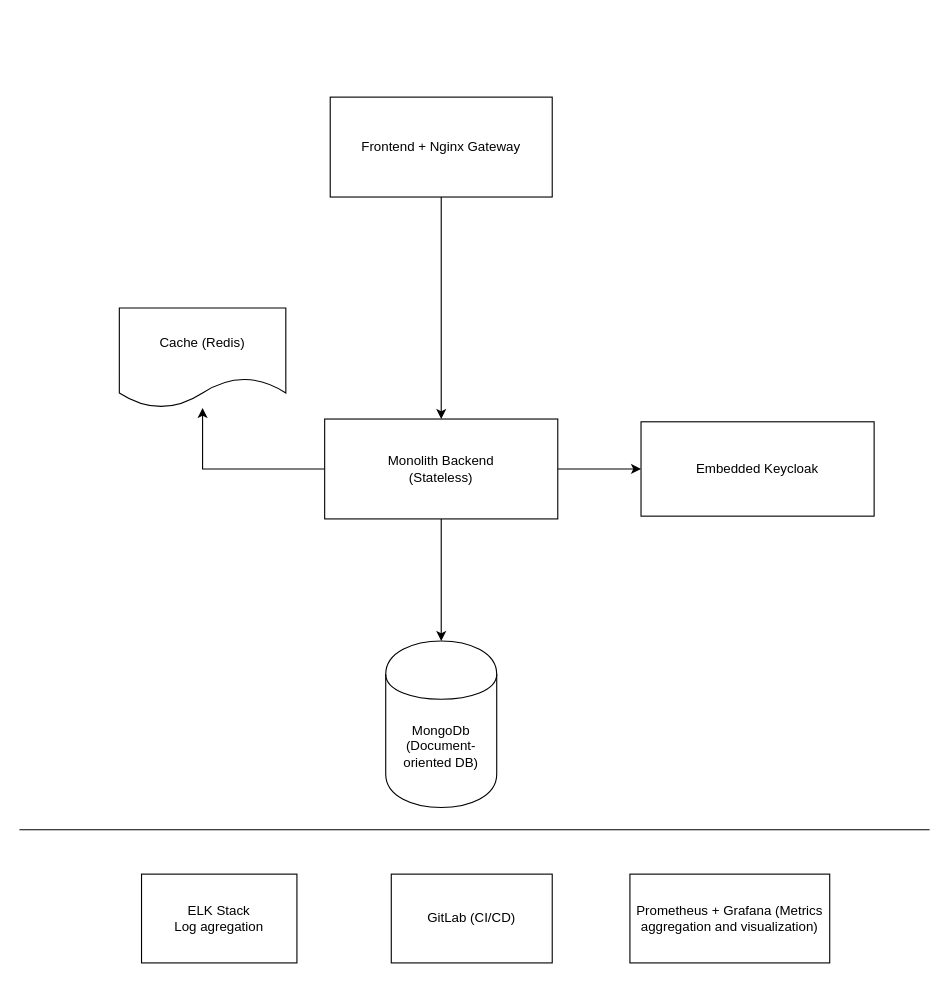
Before: Simple_version.drawio in antFerdy/cqrs_doc, a draw.io diagram. Source tidied: cells renumbered, new cells numbered last; positions are measured from the earlier drawing's top-left corner, leaving out a move shared by most shapes. Both pictures are drawn from the tidied source at 111%, with x=0, y=0 at pixel (19, 97).
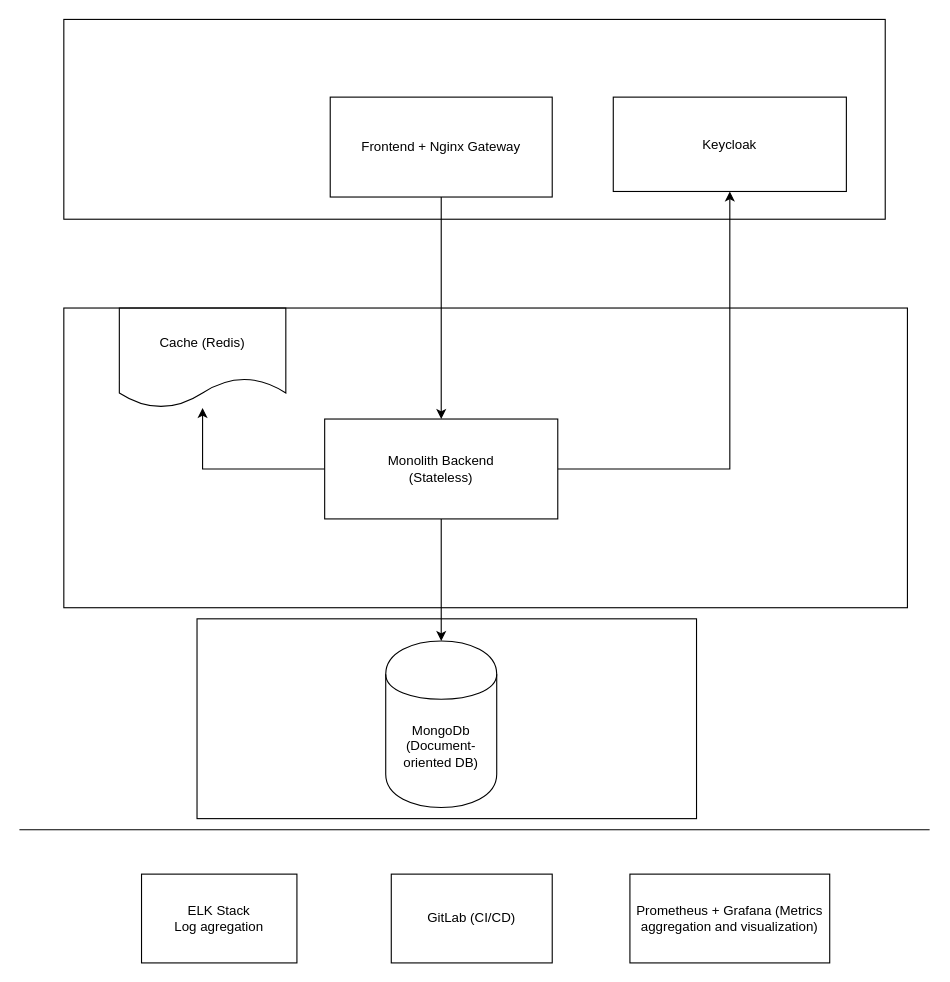
The same diagram, later.

Change to the diagram source:
```diff
@@
 <mxGraphModel>
   <root>
     <mxCell id="0" />
     <mxCell id="1" parent="0" />
     <mxCell id="2" style="edgeStyle=orthogonalEdgeStyle;rounded=0;jettySize=auto;html=1;exitX=0.5;exitY=1;exitDx=0;exitDy=0;" parent="1" edge="1" source="5" target="8">
       <mxGeometry relative="1" as="geometry" />
     </mxCell>
     <mxCell id="3" style="edgeStyle=orthogonalEdgeStyle;rounded=0;jettySize=auto;html=1;exitX=0;exitY=0.5;exitDx=0;exitDy=0;" parent="1" edge="1" source="5" target="13">
       <mxGeometry relative="1" as="geometry" />
     </mxCell>
     <mxCell id="4" style="edgeStyle=orthogonalEdgeStyle;rounded=0;jettySize=auto;html=1;exitX=1;exitY=0.5;exitDx=0;exitDy=0;" parent="1" edge="1" source="5" target="14">
       <mxGeometry relative="1" as="geometry" />
     </mxCell>
     <mxCell id="5" value="Monolith Backend&lt;br&gt;(Stateless)" style="rounded=0;whiteSpace=wrap;html=1;" parent="1" vertex="1">
       <mxGeometry x="275" y="290" width="210" height="90" as="geometry" />
     </mxCell>
     <mxCell id="6" style="edgeStyle=orthogonalEdgeStyle;rounded=0;jettySize=auto;html=1;exitX=0.5;exitY=1;exitDx=0;exitDy=0;" parent="1" edge="1" source="7" target="5">
       <mxGeometry relative="1" as="geometry" />
     </mxCell>
     <mxCell id="7" value="Frontend + Nginx Gateway" style="rounded=0;whiteSpace=wrap;html=1;" parent="1" vertex="1">
       <mxGeometry x="280" width="200" height="90" as="geometry" />
     </mxCell>
     <mxCell id="8" value="MongoDb&lt;br&gt;(Document-oriented DB)" style="shape=cylinder;whiteSpace=wrap;html=1;boundedLbl=1;backgroundOutline=1;" parent="1" vertex="1">
       <mxGeometry x="330" y="490" width="100" height="150" as="geometry" />
     </mxCell>
     <mxCell id="9" value="ELK Stack&lt;br&gt;Log agregation" style="rounded=0;whiteSpace=wrap;html=1;" parent="1" vertex="1">
       <mxGeometry x="110" y="700" width="140" height="80" as="geometry" />
     </mxCell>
     <mxCell id="10" value="GitLab (CI/CD)" style="rounded=0;whiteSpace=wrap;html=1;" parent="1" vertex="1">
       <mxGeometry x="335" y="700" width="145" height="80" as="geometry" />
     </mxCell>
     <mxCell id="11" value="Prometheus + Grafana (Metrics aggregation and visualization)" style="rounded=0;whiteSpace=wrap;html=1;" parent="1" vertex="1">
       <mxGeometry x="550" y="700" width="180" height="80" as="geometry" />
     </mxCell>
     <mxCell id="12" style="endArrow=none;html=1;" parent="1" edge="1">
       <mxGeometry relative="1" as="geometry">
         <mxPoint y="660" as="sourcePoint" />
         <mxPoint x="820" y="660" as="targetPoint" />
         <Array as="points">
           <mxPoint x="430" y="660" />
         </Array>
       </mxGeometry>
     </mxCell>
     <mxCell id="13" value="Cache (Redis)" style="shape=document;whiteSpace=wrap;html=1;boundedLbl=1;" parent="1" vertex="1">
       <mxGeometry x="90" y="190" width="150" height="90" as="geometry" />
     </mxCell>
-    <mxCell id="14" value="Embedded Keycloak" style="rounded=0;whiteSpace=wrap;html=1;" parent="1" vertex="1">
-      <mxGeometry x="560" y="292.5" width="210" height="85" as="geometry" />
+    <mxCell id="14" value="Keycloak" style="rounded=0;whiteSpace=wrap;html=1;" parent="1" vertex="1">
+      <mxGeometry x="535" width="210" height="85" as="geometry" />
     </mxCell>
+    <mxCell id="15" style="rounded=0;whiteSpace=wrap;html=1;gradientColor=none;glass=1;fillColor=none;" parent="1" vertex="1">
+      <mxGeometry x="160" y="470" width="450" height="180" as="geometry" />
+    </mxCell>
+    <mxCell id="16" style="rounded=0;whiteSpace=wrap;html=1;glass=1;fillColor=none;gradientColor=none;" parent="1" vertex="1">
+      <mxGeometry x="40" y="190" width="760" height="270" as="geometry" />
+    </mxCell>
+    <mxCell id="17" style="rounded=0;whiteSpace=wrap;html=1;glass=1;fillColor=none;gradientColor=none;" parent="1" vertex="1">
+      <mxGeometry x="40" y="-70" width="740" height="180" as="geometry" />
+    </mxCell>
   </root>
 </mxGraphModel>
```
